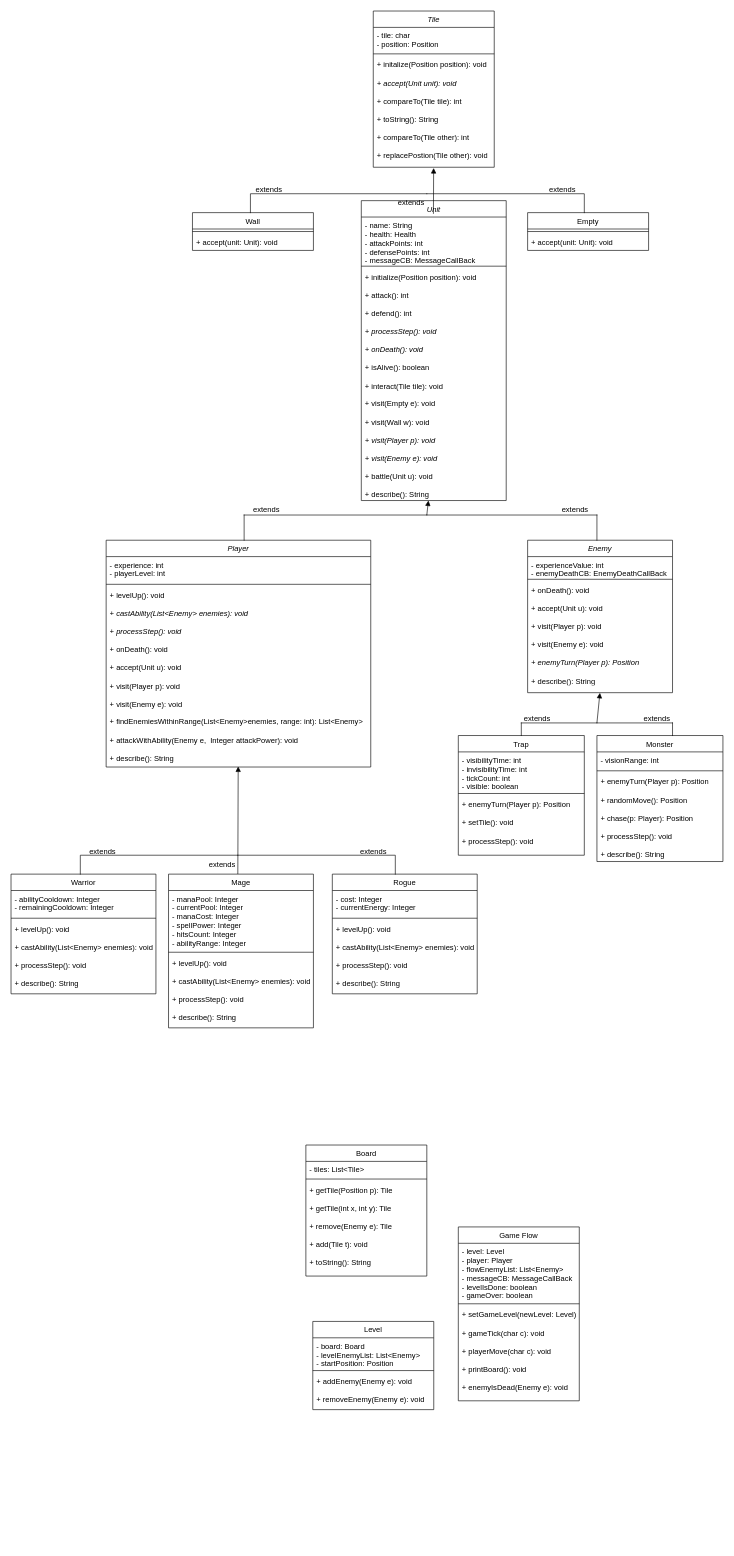
Above: Untitled Diagram.drawio in veltzg/OOP_Assignment3 (draw.io), before the change. Source tidied: cells renumbered, new cells numbered last; positions are measured from the earlier drawing's top-left corner, leaving out a move shared by most shapes. Both pictures are drawn from the tidied source at 63%, with x=0, y=0 at pixel (11, 11).
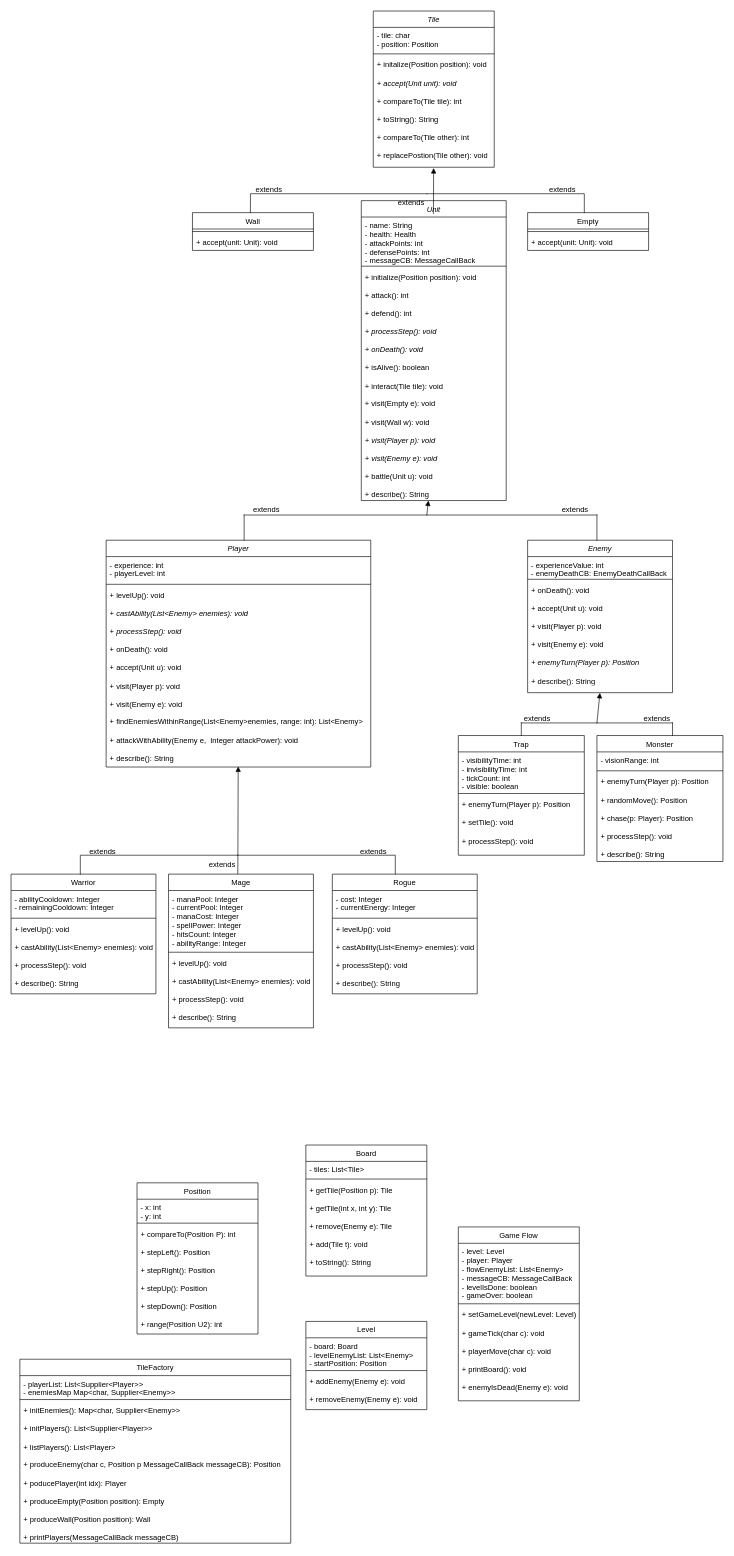
Above is the later version.

Change to the diagram source:
```diff
@@
     <mxCell id="74" value="Level" style="swimlane;fontStyle=0;align=center;verticalAlign=top;horizontal=1;startSize=26;rounded=0;shadow=0;strokeWidth=1;" parent="1" vertex="1">
-      <mxGeometry x="479" y="2080" width="192" height="140" as="geometry" />
+      <mxGeometry x="468" y="2080" width="192" height="140" as="geometry" />
     </mxCell>
@@
+    <mxCell id="78" value="Position" style="swimlane;fontStyle=0;align=center;verticalAlign=top;horizontal=1;startSize=26;rounded=0;shadow=0;strokeWidth=1;" parent="1" vertex="1">
+      <mxGeometry x="200" y="1860" width="192" height="240" as="geometry" />
+    </mxCell>
+    <mxCell id="79" value="- x: int&#10;- y: int" style="text;align=left;verticalAlign=top;spacingLeft=4;spacingRight=4;overflow=hidden;" parent="78" vertex="1">
+      <mxGeometry y="26" width="192" height="34" as="geometry" />
+    </mxCell>
+    <mxCell id="80" style="line;html=1;strokeWidth=1;align=left;verticalAlign=middle;spacingTop=-1;spacingLeft=3;spacingRight=3;labelPosition=right;" parent="78" vertex="1">
+      <mxGeometry y="60" width="192" height="8" as="geometry" />
+    </mxCell>
+    <mxCell id="81" value="+ compareTo(Position P): int&lt;br&gt;&lt;br&gt;+ stepLeft(): Position&lt;br&gt;&lt;br&gt;+ stepRight(): Position&lt;br&gt;&lt;br&gt;+ stepUp(): Position&lt;br&gt;&lt;br&gt;+ stepDown(): Position&lt;br&gt;&lt;br&gt;+ range(Position U2): int" style="text;align=left;verticalAlign=top;spacingLeft=4;spacingRight=4;overflow=hidden;html=1;" parent="78" vertex="1">
+      <mxGeometry y="68" width="192" height="170" as="geometry" />
+    </mxCell>
+    <mxCell id="82" value="TileFactory" style="swimlane;fontStyle=0;align=center;verticalAlign=top;horizontal=1;startSize=26;rounded=0;shadow=0;strokeWidth=1;" parent="1" vertex="1">
+      <mxGeometry x="14" y="2140" width="430" height="292" as="geometry" />
+    </mxCell>
+    <mxCell id="83" value="- playerList: List&lt;Supplier&lt;Player&gt;&gt;&#10;- enemiesMap Map&lt;char, Supplier&lt;Enemy&gt;&gt;" style="text;align=left;verticalAlign=top;spacingLeft=4;spacingRight=4;overflow=hidden;" parent="82" vertex="1">
+      <mxGeometry y="26" width="430" height="34" as="geometry" />
+    </mxCell>
+    <mxCell id="84" style="line;html=1;strokeWidth=1;align=left;verticalAlign=middle;spacingTop=-1;spacingLeft=3;spacingRight=3;labelPosition=right;" parent="82" vertex="1">
+      <mxGeometry y="60" width="430" height="8" as="geometry" />
+    </mxCell>
+    <mxCell id="85" value="+ initEnemies(): Map&amp;lt;char, Supplier&amp;lt;Enemy&amp;gt;&amp;gt;&lt;br&gt;&lt;br&gt;+ initPlayers(): List&amp;lt;Supplier&amp;lt;Player&amp;gt;&amp;gt;&lt;br&gt;&lt;br&gt;+ listPlayers(): List&amp;lt;Player&amp;gt;&lt;br&gt;&lt;br&gt;+ produceEnemy(char c, Position p MessageCallBack messageCB): Position&lt;br&gt;&lt;br&gt;+ poducePlayer(int idx): Player&lt;br&gt;&lt;br&gt;+ produceEmpty(Position position): Empty&lt;br&gt;&lt;br&gt;+ produceWall(Position position): Wall&lt;br&gt;&lt;br&gt;+ printPlayers(MessageCallBack messageCB)" style="text;align=left;verticalAlign=top;spacingLeft=4;spacingRight=4;overflow=hidden;html=1;" parent="82" vertex="1">
+      <mxGeometry y="68" width="430" height="224" as="geometry" />
+    </mxCell>
```
